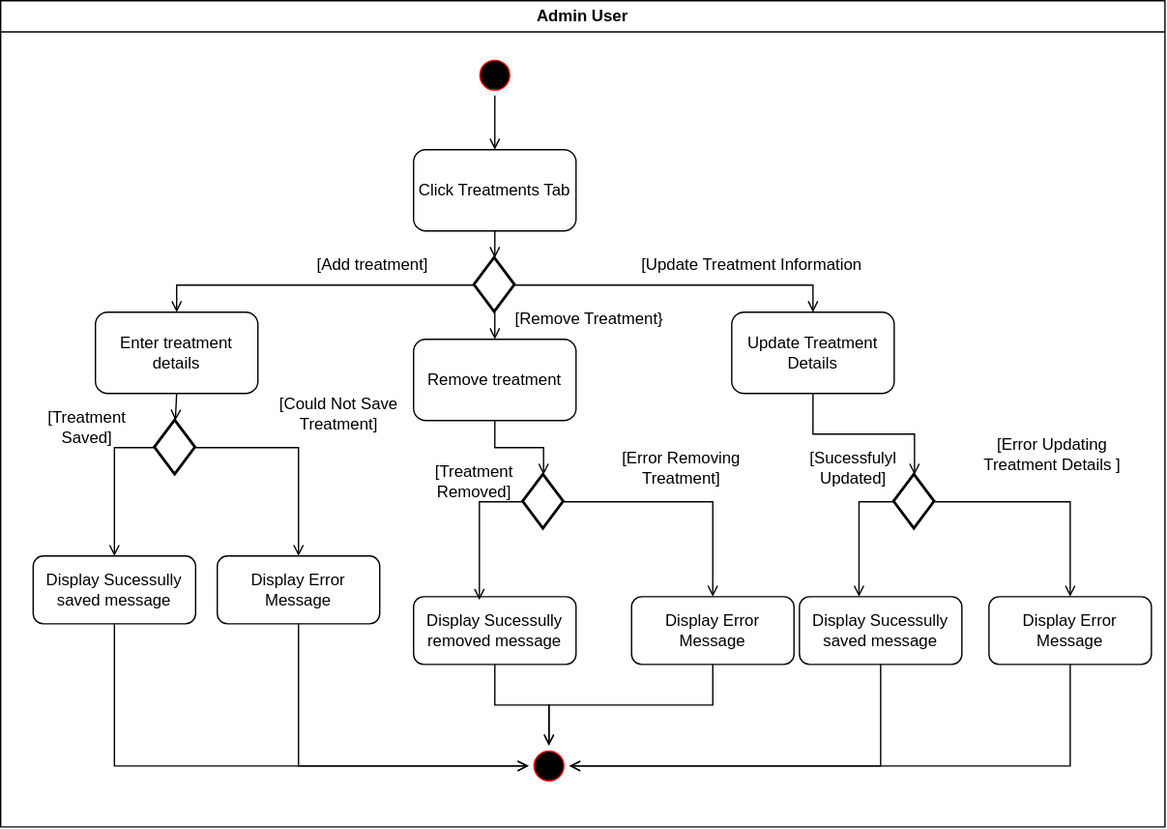
The draw.io diagram Documentation/Activity Diagrams/ManageTreatment.drawio.svg in itudevs/SkinzoneNaturelAdmin, before a commit. Source tidied: cells renumbered, new cells last; positions are measured from the earlier drawing's top-left corner, leaving out a move shared by most shapes. Source of this version:
```xml
<mxGraphModel>
  <root>
    <mxCell id="0" />
    <mxCell id="1" parent="0" />
    <mxCell id="2" value="Admin User" style="swimlane;whiteSpace=wrap;html=1;" parent="1" vertex="1">
      <mxGeometry width="860" height="610" as="geometry" />
    </mxCell>
    <mxCell id="3" style="edgeStyle=orthogonalEdgeStyle;rounded=0;jettySize=auto;html=1;exitX=0.5;exitY=1;exitDx=0;exitDy=0;entryX=0.5;entryY=0;entryDx=0;entryDy=0;defaultLabelBackgroundColor=page;endArrow=open;endFill=0;" parent="2" edge="1" source="4" target="5">
      <mxGeometry relative="1" as="geometry" />
    </mxCell>
    <mxCell id="4" style="ellipse;html=1;shape=startState;fillColor=#000000;strokeColor=light-dark(#FF0000,#080404);" parent="2" vertex="1">
      <mxGeometry x="350" y="40" width="30" height="30" as="geometry" />
    </mxCell>
    <mxCell id="5" value="Click Treatments Tab" style="rounded=1;whiteSpace=wrap;html=1;roundedPerimeter=1;" parent="2" vertex="1">
      <mxGeometry x="305" y="110" width="120" height="60" as="geometry" />
    </mxCell>
    <mxCell id="6" value="Enter treatment details" style="rounded=1;whiteSpace=wrap;html=1;roundedPerimeter=1;" parent="2" vertex="1">
      <mxGeometry x="70" y="230" width="120" height="60" as="geometry" />
    </mxCell>
    <mxCell id="7" value="Remove treatment" style="rounded=1;whiteSpace=wrap;html=1;roundedPerimeter=1;" parent="2" vertex="1">
      <mxGeometry x="305" y="250" width="120" height="60" as="geometry" />
    </mxCell>
    <mxCell id="8" value="Update Treatment Details" style="rounded=1;whiteSpace=wrap;html=1;roundedPerimeter=1;" parent="2" vertex="1">
      <mxGeometry x="540" y="230" width="120" height="60" as="geometry" />
    </mxCell>
    <mxCell id="9" style="edgeStyle=orthogonalEdgeStyle;rounded=0;jettySize=auto;html=1;exitX=0;exitY=0.5;exitDx=0;exitDy=0;exitPerimeter=0;entryX=0.5;entryY=0;entryDx=0;entryDy=0;defaultLabelBackgroundColor=page;endArrow=open;endFill=0;" parent="2" edge="1" source="12" target="6">
      <mxGeometry relative="1" as="geometry" />
    </mxCell>
    <mxCell id="10" style="edgeStyle=orthogonalEdgeStyle;rounded=0;jettySize=auto;html=1;exitX=1;exitY=0.5;exitDx=0;exitDy=0;exitPerimeter=0;entryX=0.5;entryY=0;entryDx=0;entryDy=0;defaultLabelBackgroundColor=page;endArrow=open;endFill=0;" parent="2" edge="1" source="12" target="8">
      <mxGeometry relative="1" as="geometry" />
    </mxCell>
    <mxCell id="11" style="edgeStyle=orthogonalEdgeStyle;rounded=0;jettySize=auto;html=1;exitX=0.5;exitY=1;exitDx=0;exitDy=0;exitPerimeter=0;entryX=0.5;entryY=0;entryDx=0;entryDy=0;defaultLabelBackgroundColor=page;endArrow=open;endFill=0;" parent="2" edge="1" source="12" target="7">
      <mxGeometry relative="1" as="geometry" />
    </mxCell>
    <mxCell id="12" style="strokeWidth=2;html=1;shape=mxgraph.flowchart.decision;whiteSpace=wrap;" parent="2" vertex="1">
      <mxGeometry x="350" y="190" width="30" height="40" as="geometry" />
    </mxCell>
    <mxCell id="13" style="edgeStyle=orthogonalEdgeStyle;rounded=0;jettySize=auto;html=1;exitX=0.5;exitY=1;exitDx=0;exitDy=0;entryX=0.5;entryY=0;entryDx=0;entryDy=0;entryPerimeter=0;defaultLabelBackgroundColor=page;endArrow=open;endFill=0;" parent="2" edge="1" source="5" target="12">
      <mxGeometry relative="1" as="geometry" />
    </mxCell>
    <mxCell id="14" value="[Remove Treatment}" style="text;html=1;whiteSpace=wrap;strokeColor=none;fillColor=none;align=center;verticalAlign=middle;rounded=0;" parent="2" vertex="1">
      <mxGeometry x="370" y="220" width="130" height="30" as="geometry" />
    </mxCell>
    <mxCell id="15" value="Display Sucessully saved message" style="rounded=1;whiteSpace=wrap;html=1;" parent="2" vertex="1">
      <mxGeometry x="24" y="410" width="120" height="50" as="geometry" />
    </mxCell>
    <mxCell id="16" value="Display Error Message" style="rounded=1;whiteSpace=wrap;html=1;" parent="2" vertex="1">
      <mxGeometry x="160" y="410" width="120" height="50" as="geometry" />
    </mxCell>
    <mxCell id="17" style="edgeStyle=orthogonalEdgeStyle;rounded=0;jettySize=auto;html=1;exitX=0;exitY=0.5;exitDx=0;exitDy=0;exitPerimeter=0;defaultLabelBackgroundColor=page;endArrow=open;endFill=0;" parent="2" edge="1" source="19" target="15">
      <mxGeometry relative="1" as="geometry" />
    </mxCell>
    <mxCell id="18" style="edgeStyle=orthogonalEdgeStyle;rounded=0;jettySize=auto;html=1;exitX=1;exitY=0.5;exitDx=0;exitDy=0;exitPerimeter=0;entryX=0.5;entryY=0;entryDx=0;entryDy=0;defaultLabelBackgroundColor=page;endArrow=open;endFill=0;" parent="2" edge="1" source="19" target="16">
      <mxGeometry relative="1" as="geometry" />
    </mxCell>
    <mxCell id="19" style="strokeWidth=2;html=1;shape=mxgraph.flowchart.decision;whiteSpace=wrap;" parent="2" vertex="1">
      <mxGeometry x="114" y="310" width="30" height="40" as="geometry" />
    </mxCell>
    <mxCell id="20" style="edgeStyle=orthogonalEdgeStyle;rounded=0;jettySize=auto;html=1;exitX=0.5;exitY=1;exitDx=0;exitDy=0;entryX=0.5;entryY=0;entryDx=0;entryDy=0;entryPerimeter=0;defaultLabelBackgroundColor=page;endArrow=open;endFill=0;" parent="2" edge="1" source="6" target="19">
      <mxGeometry x="0.05" relative="1" as="geometry" />
    </mxCell>
    <mxCell id="21" value="[Treatment Saved]" style="text;html=1;whiteSpace=wrap;strokeColor=none;fillColor=none;align=center;verticalAlign=middle;rounded=0;" parent="2" vertex="1">
      <mxGeometry x="14" y="300" width="100" height="30" as="geometry" />
    </mxCell>
    <mxCell id="22" value="Display Sucessully removed message" style="rounded=1;whiteSpace=wrap;html=1;" parent="2" vertex="1">
      <mxGeometry x="305" y="440" width="120" height="50" as="geometry" />
    </mxCell>
    <mxCell id="23" style="strokeWidth=2;html=1;shape=mxgraph.flowchart.decision;whiteSpace=wrap;" parent="2" vertex="1">
      <mxGeometry x="386" y="350" width="30" height="40" as="geometry" />
    </mxCell>
    <mxCell id="24" style="edgeStyle=orthogonalEdgeStyle;rounded=0;jettySize=auto;html=1;exitX=0.5;exitY=1;exitDx=0;exitDy=0;defaultLabelBackgroundColor=page;endArrow=open;endFill=0;" parent="2" edge="1" source="7" target="23">
      <mxGeometry relative="1" as="geometry" />
    </mxCell>
    <mxCell id="25" value="Display Sucessully saved message" style="rounded=1;whiteSpace=wrap;html=1;" parent="2" vertex="1">
      <mxGeometry x="590" y="440" width="120" height="50" as="geometry" />
    </mxCell>
    <mxCell id="26" style="strokeWidth=2;html=1;shape=mxgraph.flowchart.decision;whiteSpace=wrap;" parent="2" vertex="1">
      <mxGeometry x="660" y="350" width="30" height="40" as="geometry" />
    </mxCell>
    <mxCell id="27" value="Display Error Message" style="rounded=1;whiteSpace=wrap;html=1;" parent="2" vertex="1">
      <mxGeometry x="730" y="440" width="120" height="50" as="geometry" />
    </mxCell>
    <mxCell id="28" style="edgeStyle=orthogonalEdgeStyle;rounded=0;jettySize=auto;html=1;exitX=0;exitY=0.5;exitDx=0;exitDy=0;exitPerimeter=0;defaultLabelBackgroundColor=page;endArrow=open;endFill=0;" parent="2" edge="1" source="26">
      <mxGeometry relative="1" as="geometry">
        <mxPoint x="634" y="440" as="targetPoint" />
      </mxGeometry>
    </mxCell>
    <mxCell id="29" style="edgeStyle=orthogonalEdgeStyle;rounded=0;jettySize=auto;html=1;exitX=1;exitY=0.5;exitDx=0;exitDy=0;exitPerimeter=0;entryX=0.5;entryY=0;entryDx=0;entryDy=0;defaultLabelBackgroundColor=page;endArrow=open;endFill=0;" parent="2" edge="1" source="26" target="27">
      <mxGeometry relative="1" as="geometry" />
    </mxCell>
    <mxCell id="30" style="edgeStyle=orthogonalEdgeStyle;rounded=0;jettySize=auto;html=1;exitX=0.5;exitY=1;exitDx=0;exitDy=0;entryX=0.5;entryY=0;entryDx=0;entryDy=0;entryPerimeter=0;defaultLabelBackgroundColor=page;endArrow=open;endFill=0;" parent="2" edge="1" source="8" target="26">
      <mxGeometry x="0.01" relative="1" as="geometry" />
    </mxCell>
    <mxCell id="31" value="[Update Treatment Information" style="text;html=1;whiteSpace=wrap;strokeColor=none;fillColor=none;align=center;verticalAlign=middle;rounded=0;" parent="2" vertex="1">
      <mxGeometry x="470" y="180" width="170" height="30" as="geometry" />
    </mxCell>
    <mxCell id="32" style="edgeStyle=orthogonalEdgeStyle;rounded=0;jettySize=auto;html=1;exitX=0;exitY=0.5;exitDx=0;exitDy=0;exitPerimeter=0;defaultLabelBackgroundColor=page;endArrow=open;endFill=0;entryX=0.405;entryY=0.049;entryDx=0;entryDy=0;entryPerimeter=0;" parent="2" edge="1" source="23" target="22">
      <mxGeometry relative="1" as="geometry" />
    </mxCell>
    <mxCell id="33" value="[Treatment Removed]" style="text;html=1;whiteSpace=wrap;strokeColor=none;fillColor=none;align=center;verticalAlign=middle;rounded=0;" parent="2" vertex="1">
      <mxGeometry x="300" y="340" width="100" height="30" as="geometry" />
    </mxCell>
    <mxCell id="34" value="[Add treatment]" style="text;html=1;whiteSpace=wrap;strokeColor=none;fillColor=none;align=center;verticalAlign=middle;rounded=0;" parent="1" vertex="1">
      <mxGeometry x="230" y="180" width="90" height="30" as="geometry" />
    </mxCell>
    <mxCell id="35" value="[Could Not Save Treatment]" style="text;html=1;whiteSpace=wrap;strokeColor=none;fillColor=none;align=center;verticalAlign=middle;rounded=0;" parent="1" vertex="1">
      <mxGeometry x="190" y="290" width="120" height="30" as="geometry" />
    </mxCell>
    <mxCell id="36" style="edgeStyle=orthogonalEdgeStyle;rounded=0;jettySize=auto;html=1;exitX=0.5;exitY=1;exitDx=0;exitDy=0;entryX=0.5;entryY=0;entryDx=0;entryDy=0;defaultLabelBackgroundColor=page;endArrow=open;endFill=0;" parent="1" edge="1" source="37" target="42">
      <mxGeometry x="0.01" relative="1" as="geometry" />
    </mxCell>
    <mxCell id="37" value="Display Error Message" style="rounded=1;whiteSpace=wrap;html=1;" parent="1" vertex="1">
      <mxGeometry x="466" y="440" width="120" height="50" as="geometry" />
    </mxCell>
    <mxCell id="38" style="edgeStyle=orthogonalEdgeStyle;rounded=0;jettySize=auto;html=1;exitX=1;exitY=0.5;exitDx=0;exitDy=0;exitPerimeter=0;entryX=0.5;entryY=0;entryDx=0;entryDy=0;defaultLabelBackgroundColor=page;endArrow=open;endFill=0;" parent="1" edge="1" source="23" target="37">
      <mxGeometry relative="1" as="geometry" />
    </mxCell>
    <mxCell id="39" value="[Error Removing Treatment]" style="text;html=1;whiteSpace=wrap;strokeColor=none;fillColor=none;align=center;verticalAlign=middle;rounded=0;" parent="1" vertex="1">
      <mxGeometry x="446" y="330" width="114" height="30" as="geometry" />
    </mxCell>
    <mxCell id="40" value="[Sucessfulyl Updated]" style="text;html=1;whiteSpace=wrap;strokeColor=none;fillColor=none;align=center;verticalAlign=middle;rounded=0;" parent="1" vertex="1">
      <mxGeometry x="600" y="330" width="60" height="30" as="geometry" />
    </mxCell>
    <mxCell id="41" value="[Error Updating Treatment Details ]" style="text;html=1;whiteSpace=wrap;strokeColor=none;fillColor=none;align=center;verticalAlign=middle;rounded=0;" parent="1" vertex="1">
      <mxGeometry x="720" y="320" width="114" height="30" as="geometry" />
    </mxCell>
    <mxCell id="42" style="ellipse;html=1;shape=startState;fillColor=#000000;strokeColor=light-dark(#FF0000,#080404);" parent="1" vertex="1">
      <mxGeometry x="390" y="550" width="30" height="30" as="geometry" />
    </mxCell>
    <mxCell id="43" style="edgeStyle=orthogonalEdgeStyle;rounded=0;jettySize=auto;html=1;exitX=0.5;exitY=1;exitDx=0;exitDy=0;entryX=0;entryY=0.5;entryDx=0;entryDy=0;defaultLabelBackgroundColor=page;endArrow=open;endFill=0;" parent="1" edge="1" source="15" target="42">
      <mxGeometry relative="1" as="geometry" />
    </mxCell>
    <mxCell id="44" style="edgeStyle=orthogonalEdgeStyle;rounded=0;jettySize=auto;html=1;exitX=0.5;exitY=1;exitDx=0;exitDy=0;defaultLabelBackgroundColor=page;entryX=0;entryY=0.5;entryDx=0;entryDy=0;endArrow=open;endFill=0;" parent="1" edge="1" source="16" target="42">
      <mxGeometry relative="1" as="geometry" />
    </mxCell>
    <mxCell id="45" style="edgeStyle=orthogonalEdgeStyle;rounded=0;jettySize=auto;html=1;exitX=0.5;exitY=1;exitDx=0;exitDy=0;entryX=0.5;entryY=0;entryDx=0;entryDy=0;defaultLabelBackgroundColor=page;endArrow=open;endFill=0;" parent="1" edge="1" source="22" target="42">
      <mxGeometry relative="1" as="geometry" />
    </mxCell>
    <mxCell id="46" style="edgeStyle=orthogonalEdgeStyle;rounded=0;jettySize=auto;html=1;exitX=0.5;exitY=1;exitDx=0;exitDy=0;entryX=1;entryY=0.5;entryDx=0;entryDy=0;defaultLabelBackgroundColor=page;endArrow=open;endFill=0;" parent="1" edge="1" source="25" target="42">
      <mxGeometry relative="1" as="geometry" />
    </mxCell>
    <mxCell id="47" style="edgeStyle=orthogonalEdgeStyle;rounded=0;jettySize=auto;html=1;exitX=0.5;exitY=1;exitDx=0;exitDy=0;entryX=1;entryY=0.5;entryDx=0;entryDy=0;defaultLabelBackgroundColor=page;endArrow=open;endFill=0;" parent="1" edge="1" source="27" target="42">
      <mxGeometry relative="1" as="geometry" />
    </mxCell>
  </root>
</mxGraphModel>
```
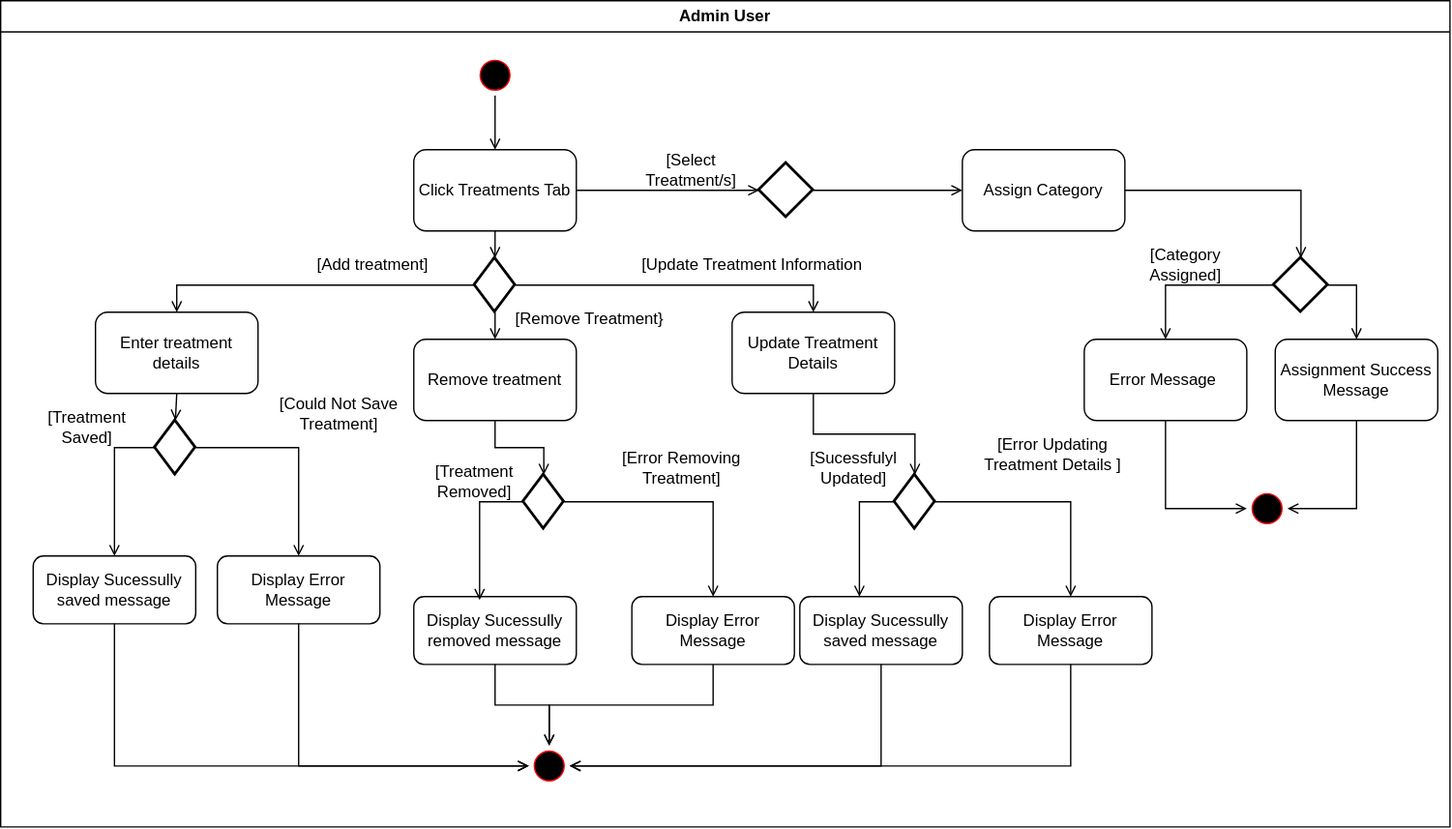
Above is the later version.

Change to the diagram source:
```diff
@@ -3,7 +3,7 @@
     <mxCell id="0" />
     <mxCell id="1" parent="0" />
     <mxCell id="2" value="Admin User" style="swimlane;whiteSpace=wrap;html=1;" parent="1" vertex="1">
-      <mxGeometry width="860" height="610" as="geometry" />
+      <mxGeometry width="1070" height="610" as="geometry" />
     </mxCell>
     <mxCell id="3" style="edgeStyle=orthogonalEdgeStyle;rounded=0;jettySize=auto;html=1;exitX=0.5;exitY=1;exitDx=0;exitDy=0;entryX=0.5;entryY=0;entryDx=0;entryDy=0;defaultLabelBackgroundColor=page;endArrow=open;endFill=0;" parent="2" edge="1" source="4" target="5">
       <mxGeometry relative="1" as="geometry" />
@@ -11,6 +11,9 @@
     <mxCell id="4" style="ellipse;html=1;shape=startState;fillColor=#000000;strokeColor=light-dark(#FF0000,#080404);" parent="2" vertex="1">
       <mxGeometry x="350" y="40" width="30" height="30" as="geometry" />
     </mxCell>
+    <mxCell id="48" style="edgeStyle=orthogonalEdgeStyle;rounded=0;jettySize=auto;html=1;exitX=1;exitY=0.5;exitDx=0;exitDy=0;defaultLabelBackgroundColor=page;endArrow=open;endFill=0;" parent="2" edge="1" source="5" target="51">
+      <mxGeometry relative="1" as="geometry" />
+    </mxCell>
     <mxCell id="5" value="Click Treatments Tab" style="rounded=1;whiteSpace=wrap;html=1;roundedPerimeter=1;" parent="2" vertex="1">
       <mxGeometry x="305" y="110" width="120" height="60" as="geometry" />
     </mxCell>
@@ -100,6 +103,33 @@
     <mxCell id="33" value="[Treatment Removed]" style="text;html=1;whiteSpace=wrap;strokeColor=none;fillColor=none;align=center;verticalAlign=middle;rounded=0;" parent="2" vertex="1">
       <mxGeometry x="300" y="340" width="100" height="30" as="geometry" />
     </mxCell>
+    <mxCell id="49" value="Assign Category" style="rounded=1;whiteSpace=wrap;html=1;roundedPerimeter=1;" parent="2" vertex="1">
+      <mxGeometry x="710" y="110" width="120" height="60" as="geometry" />
+    </mxCell>
+    <mxCell id="50" style="edgeStyle=orthogonalEdgeStyle;rounded=0;jettySize=auto;html=1;exitX=1;exitY=0.5;exitDx=0;exitDy=0;exitPerimeter=0;entryX=0;entryY=0.5;entryDx=0;entryDy=0;defaultLabelBackgroundColor=page;endArrow=open;endFill=0;" parent="2" edge="1" source="51" target="49">
+      <mxGeometry relative="1" as="geometry" />
+    </mxCell>
+    <mxCell id="51" style="strokeWidth=2;html=1;shape=mxgraph.flowchart.decision;whiteSpace=wrap;" parent="2" vertex="1">
+      <mxGeometry x="560" y="120" width="40" height="40" as="geometry" />
+    </mxCell>
+    <mxCell id="52" style="edgeStyle=orthogonalEdgeStyle;rounded=0;jettySize=auto;html=1;exitX=0.5;exitY=1;exitDx=0;exitDy=0;entryX=0;entryY=0.5;entryDx=0;entryDy=0;defaultLabelBackgroundColor=page;endArrow=open;endFill=0;" parent="2" edge="1" source="53" target="57">
+      <mxGeometry x="0.01" relative="1" as="geometry" />
+    </mxCell>
+    <mxCell id="53" value="Error Message&amp;nbsp;" style="rounded=1;whiteSpace=wrap;html=1;roundedPerimeter=1;" parent="2" vertex="1">
+      <mxGeometry x="800" y="250" width="120" height="60" as="geometry" />
+    </mxCell>
+    <mxCell id="54" value="[Category Assigned]" style="text;html=1;whiteSpace=wrap;strokeColor=none;fillColor=none;align=center;verticalAlign=middle;rounded=0;" parent="2" vertex="1">
+      <mxGeometry x="830" y="180" width="90" height="30" as="geometry" />
+    </mxCell>
+    <mxCell id="55" style="edgeStyle=orthogonalEdgeStyle;rounded=0;jettySize=auto;html=1;exitX=0.5;exitY=1;exitDx=0;exitDy=0;entryX=1;entryY=0.5;entryDx=0;entryDy=0;defaultLabelBackgroundColor=page;endArrow=open;endFill=0;" parent="2" edge="1" source="56" target="57">
+      <mxGeometry relative="1" as="geometry" />
+    </mxCell>
+    <mxCell id="56" value="Assignment Success Message" style="rounded=1;whiteSpace=wrap;html=1;roundedPerimeter=1;" parent="2" vertex="1">
+      <mxGeometry x="941" y="250" width="120" height="60" as="geometry" />
+    </mxCell>
+    <mxCell id="57" style="ellipse;html=1;shape=startState;fillColor=#000000;strokeColor=light-dark(#FF0000,#080404);" parent="2" vertex="1">
+      <mxGeometry x="920" y="360" width="30" height="30" as="geometry" />
+    </mxCell>
     <mxCell id="34" value="[Add treatment]" style="text;html=1;whiteSpace=wrap;strokeColor=none;fillColor=none;align=center;verticalAlign=middle;rounded=0;" parent="1" vertex="1">
       <mxGeometry x="230" y="180" width="90" height="30" as="geometry" />
     </mxCell>
@@ -142,5 +172,22 @@
     <mxCell id="47" style="edgeStyle=orthogonalEdgeStyle;rounded=0;jettySize=auto;html=1;exitX=0.5;exitY=1;exitDx=0;exitDy=0;entryX=1;entryY=0.5;entryDx=0;entryDy=0;defaultLabelBackgroundColor=page;endArrow=open;endFill=0;" parent="1" edge="1" source="27" target="42">
       <mxGeometry relative="1" as="geometry" />
     </mxCell>
+    <mxCell id="58" value="[Select Treatment/s]" style="text;html=1;whiteSpace=wrap;strokeColor=none;fillColor=none;align=center;verticalAlign=middle;rounded=0;" parent="1" vertex="1">
+      <mxGeometry x="460" y="110" width="100" height="30" as="geometry" />
+    </mxCell>
+    <mxCell id="59" style="edgeStyle=orthogonalEdgeStyle;rounded=0;jettySize=auto;html=1;exitX=0;exitY=0.5;exitDx=0;exitDy=0;exitPerimeter=0;defaultLabelBackgroundColor=page;endArrow=open;endFill=0;" parent="1" edge="1" source="61">
+      <mxGeometry relative="1" as="geometry">
+        <mxPoint x="860" y="250" as="targetPoint" />
+      </mxGeometry>
+    </mxCell>
+    <mxCell id="60" style="edgeStyle=orthogonalEdgeStyle;rounded=0;jettySize=auto;html=1;exitX=1;exitY=0.5;exitDx=0;exitDy=0;exitPerimeter=0;defaultLabelBackgroundColor=page;endArrow=open;endFill=0;" parent="1" edge="1" source="61" target="56">
+      <mxGeometry x="0.02" relative="1" as="geometry" />
+    </mxCell>
+    <mxCell id="61" style="strokeWidth=2;html=1;shape=mxgraph.flowchart.decision;whiteSpace=wrap;" parent="1" vertex="1">
+      <mxGeometry x="940" y="190" width="40" height="40" as="geometry" />
+    </mxCell>
+    <mxCell id="62" style="edgeStyle=orthogonalEdgeStyle;rounded=0;jettySize=auto;html=1;exitX=1;exitY=0.5;exitDx=0;exitDy=0;defaultLabelBackgroundColor=page;endArrow=open;endFill=0;" parent="1" edge="1" source="49" target="61">
+      <mxGeometry relative="1" as="geometry" />
+    </mxCell>
   </root>
 </mxGraphModel>
```
